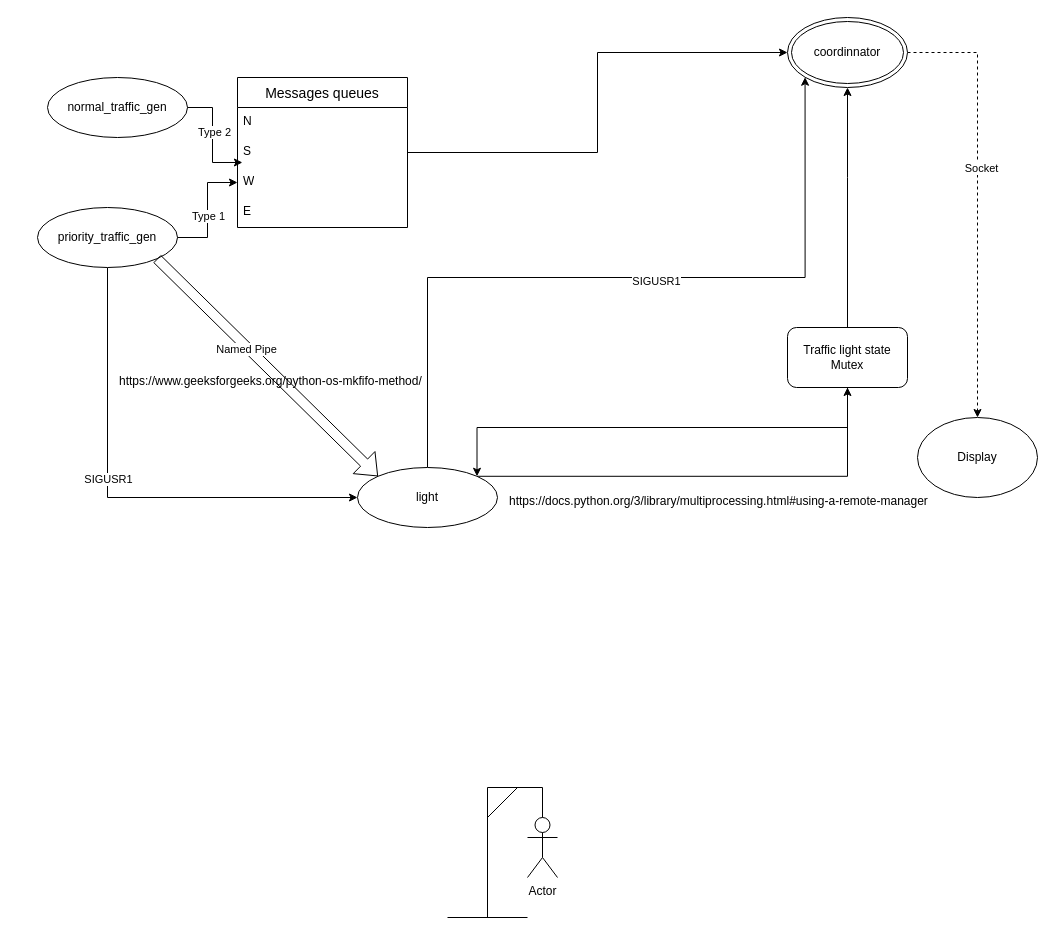
Earlier version of the draw.io diagram Alfred.drawio (E-Riviere/ProjetPPC). Source tidied: cells renumbered, new cells numbered last; positions are measured from the earlier drawing's top-left corner, leaving out a move shared by most shapes. Both pictures are drawn from the tidied source at 100%, with x=0, y=0 at pixel (37, 17).
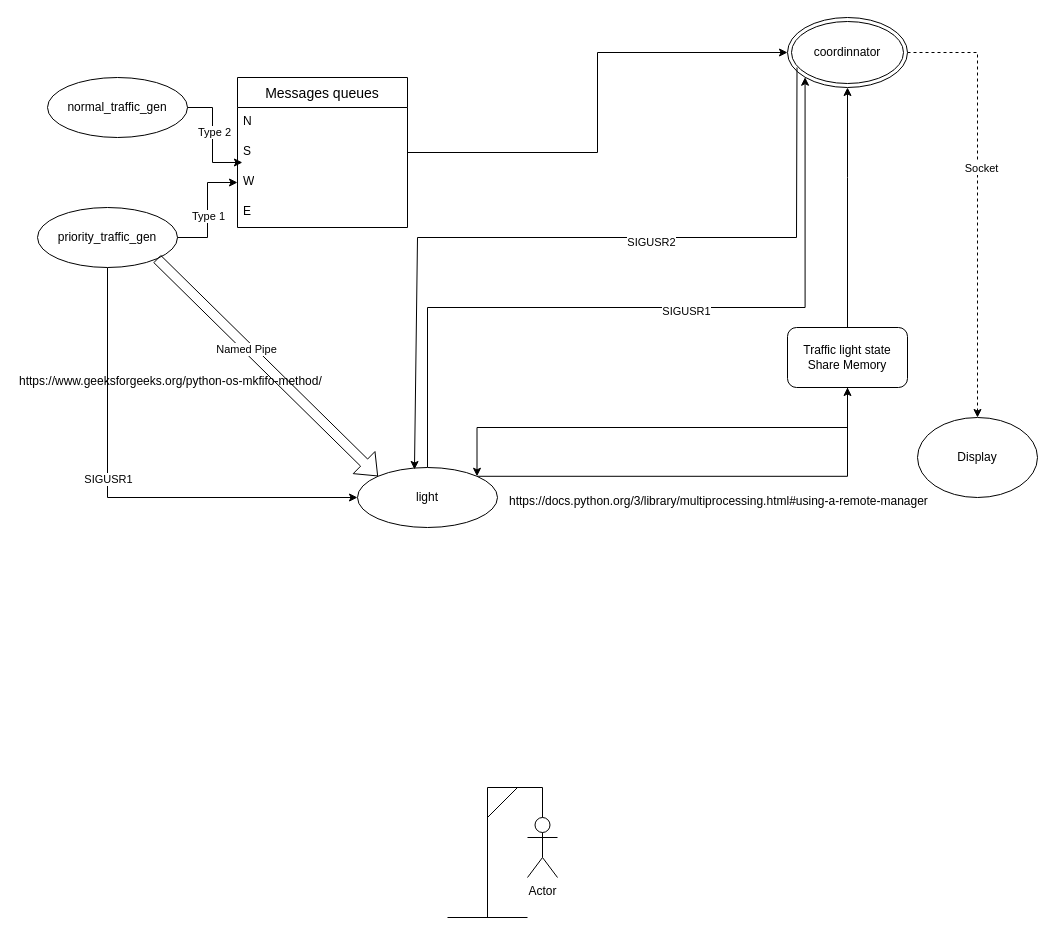
The same page after the edit.

Commit message:
Mettre à jour Alfred.drawio

The change refers to these unchanged cells:
```xml
<mxCell id="17" value="coordinnator" style="ellipse;shape=doubleEllipse;whiteSpace=wrap;html=1;" parent="1" vertex="1">
  <mxGeometry x="750" width="120" height="70" as="geometry" />
</mxCell>
<mxCell id="22" value="light" style="ellipse;whiteSpace=wrap;html=1;" parent="1" vertex="1">
  <mxGeometry x="320" y="450" width="140" height="60" as="geometry" />
</mxCell>
```

The edit, as a diff of the source:
```diff
@@
     <mxCell id="20" style="edgeStyle=orthogonalEdgeStyle;rounded=0;jettySize=auto;html=1;exitX=0.5;exitY=0;exitDx=0;exitDy=0;entryX=0;entryY=1;entryDx=0;entryDy=0;" parent="1" edge="1" source="22" target="17">
-      <mxGeometry relative="1" as="geometry" />
+      <mxGeometry relative="1" as="geometry">
+        <Array as="points">
+          <mxPoint x="390" y="290" />
+          <mxPoint x="768" y="290" />
+        </Array>
+      </mxGeometry>
     </mxCell>
@@
-    <mxCell id="25" value="Traffic light state&lt;br&gt;Mutex" style="rounded=1;whiteSpace=wrap;html=1;" parent="1" vertex="1">
+    <mxCell id="25" value="&lt;div&gt;Traffic light state&lt;/div&gt;&lt;div&gt;Share Memory&lt;br&gt;&lt;/div&gt;" style="rounded=1;whiteSpace=wrap;html=1;" parent="1" vertex="1">
       <mxGeometry x="750" y="310" width="120" height="60" as="geometry" />
     </mxCell>
@@
     <mxCell id="30" value="https://www.geeksforgeeks.org/python-os-mkfifo-method/" style="text;whiteSpace=wrap;" parent="1" vertex="1">
-      <mxGeometry x="80" y="350" width="360" height="40" as="geometry" />
+      <mxGeometry x="-20" y="350" width="360" height="40" as="geometry" />
     </mxCell>
@@
+    <mxCell id="35" style="endArrow=classic;html=1;rounded=0;entryX=0.407;entryY=0.033;entryDx=0;entryDy=0;entryPerimeter=0;" parent="1" edge="1" target="22">
+      <mxGeometry relative="1" as="geometry">
+        <mxPoint x="759.5" y="50" as="sourcePoint" />
+        <Array as="points">
+          <mxPoint x="759" y="220" />
+          <mxPoint x="380" y="220" />
+        </Array>
+      </mxGeometry>
+    </mxCell>
+    <mxCell id="36" value="SIGUSR2" style="edgeLabel;html=1;align=center;verticalAlign=middle;" parent="35" vertex="1">
+      <mxGeometry x="-0.19" y="4" relative="1" as="geometry" />
+    </mxCell>
```
